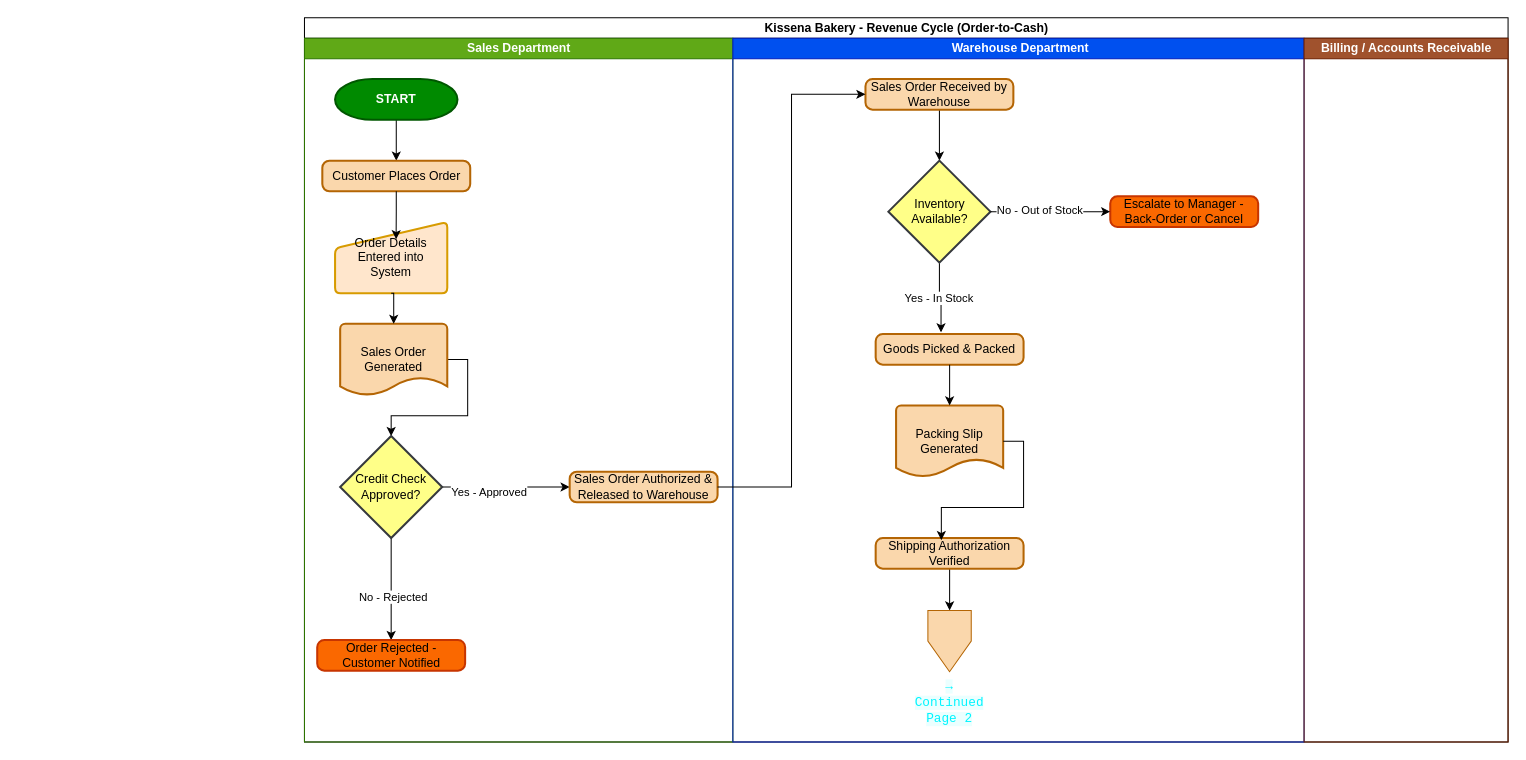
The draw.io diagram page "Page 1" (1 of 2) of Revenue_Cycle_Controls.drawio in GuillermoMartinez1234/drawio, before the edit. Source tidied: cells renumbered, new cells numbered last; positions are measured from the earlier drawing's top-left corner, leaving out a move shared by most shapes. Both pictures are drawn from the tidied source at 102%, with x=0, y=0 at pixel (304, 17).
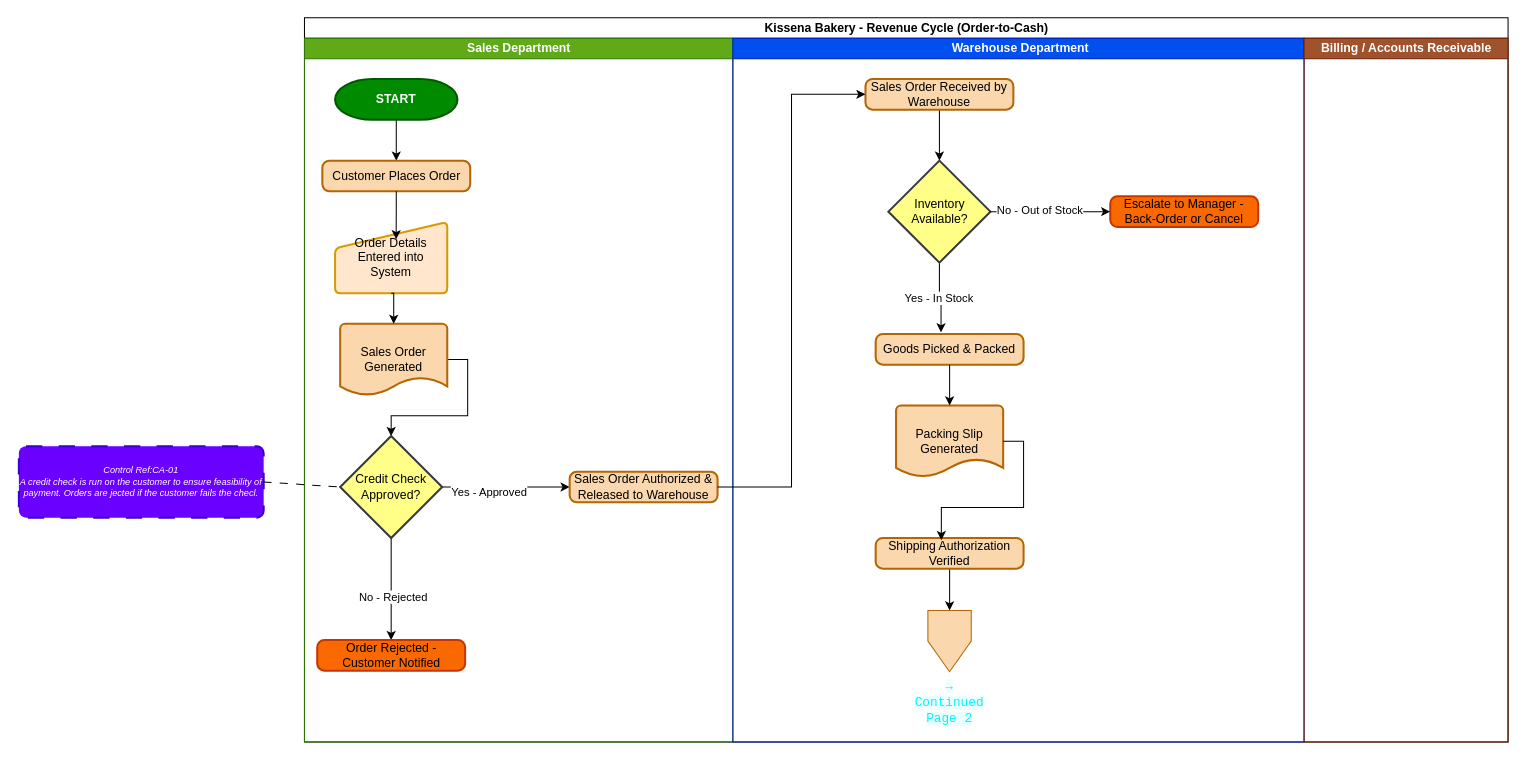
After the change.

The change refers to these unchanged cells:
```xml
<mxCell id="16" value="&lt;font style=&quot;color: light-dark(rgb(0, 0, 0), rgb(0, 0, 0));&quot;&gt;Credit Check Approved?&lt;/font&gt;" style="strokeWidth=2;html=1;shape=mxgraph.flowchart.decision;whiteSpace=wrap;fillColor=light-dark(#FFFF88,#FFFF00);strokeColor=#36393d;" parent="3" vertex="1">
  <mxGeometry x="35" y="390" width="100" height="100" as="geometry" />
</mxCell>
```

What changed in the source:
```diff
@@
+    <mxCell id="37" value="&lt;i&gt;Control Ref:CA-01&lt;/i&gt;&lt;div&gt;&lt;i&gt;A credit check is run on the customer to ensure feasibility of payment. Orders are jected if the customer fails the checl.&lt;/i&gt;&lt;/div&gt;" style="rounded=1;whiteSpace=wrap;html=1;absoluteArcSize=1;arcSize=14;strokeWidth=2;fillColor=light-dark(#6A00FF,#FFB366);strokeColor=#3700CC;dashed=1;dashPattern=8 8;fontSize=9;fontColor=#ffffff;" parent="1" vertex="1">
+      <mxGeometry x="-280" y="420" width="240" height="70" as="geometry" />
+    </mxCell>
+    <mxCell id="38" style="edgeStyle=none;curved=1;rounded=0;jettySize=auto;html=1;exitX=1;exitY=0.5;exitDx=0;exitDy=0;entryX=0;entryY=0.5;entryDx=0;entryDy=0;entryPerimeter=0;fontSize=12;startSize=8;endSize=8;endArrow=none;endFill=0;dashed=1;dashPattern=8 8;" parent="1" edge="1" source="37" target="16">
+      <mxGeometry relative="1" as="geometry" />
+    </mxCell>
```
